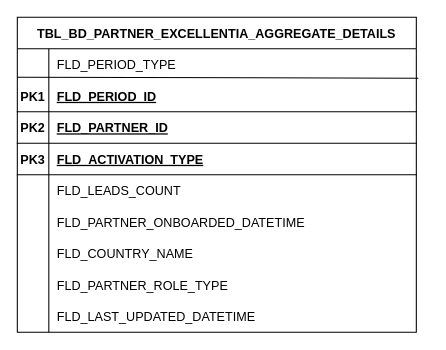
Before: page "LEAD AGGREGATE" (3 of 3) of Untitled Diagram.drawio in shreesh533/Algorithms, a draw.io diagram. Source tidied: cells renumbered, new cells numbered last; positions are measured from the earlier drawing's top-left corner, leaving out a move shared by most shapes. Both pictures are drawn from the tidied source at 105%, with x=0, y=0 at pixel (17, 17).
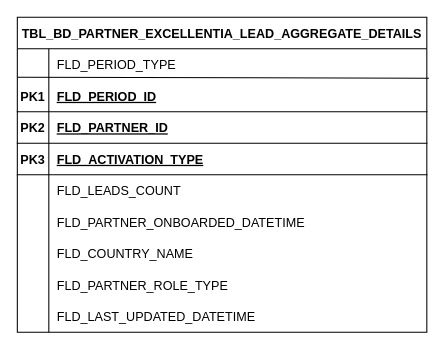
After the change.

Commit message (it also covers changes not shown here):
Leads Aggregate Table

What changed in the source:
```diff
@@
-    <mxCell id="2" value="TBL_BD_PARTNER_EXCELLENTIA_AGGREGATE_DETAILS" style="shape=table;startSize=30;childLayout=tableLayout;rowLines=0;fontStyle=1;align=center;overflow=hidden;" parent="1" vertex="1">
-      <mxGeometry width="380" height="300" as="geometry" />
+    <mxCell id="2" value="TBL_BD_PARTNER_EXCELLENTIA_LEAD_AGGREGATE_DETAILS" style="shape=table;startSize=30;childLayout=tableLayout;rowLines=0;fontStyle=1;align=center;overflow=hidden;" parent="1" vertex="1">
+      <mxGeometry width="390" height="300" as="geometry" />
     </mxCell>
     <mxCell id="3" style="shape=partialRectangle;fillColor=none;top=0;left=0;bottom=0;right=0;points=[[0,0.5],[1,0.5]];portConstraint=eastwest;" parent="2" vertex="1">
-      <mxGeometry y="30" width="380" height="30" as="geometry" />
+      <mxGeometry y="30" width="390" height="30" as="geometry" />
     </mxCell>
@@
     <mxCell id="5" value="FLD_PERIOD_TYPE" style="shape=partialRectangle;fillColor=none;top=0;left=0;bottom=0;right=0;align=left;spacingLeft=6;overflow=hidden;" parent="3" vertex="1">
-      <mxGeometry x="30" width="350" height="30" as="geometry" />
+      <mxGeometry x="30" width="360" height="30" as="geometry" />
     </mxCell>
     <mxCell id="6" style="shape=partialRectangle;fillColor=none;top=0;left=0;bottom=1;right=0;points=[[0,0.5],[1,0.5]];portConstraint=eastwest;" parent="2" vertex="1">
-      <mxGeometry y="60" width="380" height="30" as="geometry" />
+      <mxGeometry y="60" width="390" height="30" as="geometry" />
     </mxCell>
@@
     <mxCell id="8" value="FLD_PERIOD_ID" style="shape=partialRectangle;fillColor=none;top=0;left=0;bottom=0;right=0;align=left;spacingLeft=6;fontStyle=5;overflow=hidden;" parent="6" vertex="1">
-      <mxGeometry x="30" width="350" height="30" as="geometry" />
+      <mxGeometry x="30" width="360" height="30" as="geometry" />
     </mxCell>
     <mxCell id="9" style="shape=partialRectangle;fillColor=none;top=0;left=0;bottom=1;right=0;" parent="2" vertex="1">
-      <mxGeometry y="90" width="380" height="30" as="geometry" />
+      <mxGeometry y="90" width="390" height="30" as="geometry" />
     </mxCell>
@@
     <mxCell id="11" value="FLD_PARTNER_ID" style="shape=partialRectangle;fillColor=none;top=0;left=0;bottom=0;right=0;align=left;spacingLeft=6;fontStyle=5;overflow=hidden;" parent="9" vertex="1">
-      <mxGeometry x="30" width="350" height="30" as="geometry" />
+      <mxGeometry x="30" width="360" height="30" as="geometry" />
     </mxCell>
     <mxCell id="12" style="shape=partialRectangle;fillColor=none;top=0;left=0;bottom=1;right=0;" parent="2" vertex="1">
-      <mxGeometry y="120" width="380" height="30" as="geometry" />
+      <mxGeometry y="120" width="390" height="30" as="geometry" />
     </mxCell>
@@
     <mxCell id="14" value="FLD_ACTIVATION_TYPE" style="shape=partialRectangle;fillColor=none;top=0;left=0;bottom=0;right=0;align=left;spacingLeft=6;fontStyle=5;overflow=hidden;" parent="12" vertex="1">
-      <mxGeometry x="30" width="350" height="30" as="geometry" />
+      <mxGeometry x="30" width="360" height="30" as="geometry" />
     </mxCell>
     <mxCell id="15" style="shape=partialRectangle;fillColor=none;top=0;left=0;bottom=0;right=0;" parent="2" vertex="1">
-      <mxGeometry y="150" width="380" height="30" as="geometry" />
+      <mxGeometry y="150" width="390" height="30" as="geometry" />
     </mxCell>
@@
     <mxCell id="17" value="FLD_LEADS_COUNT" style="shape=partialRectangle;fillColor=none;top=0;left=0;bottom=0;right=0;align=left;spacingLeft=6;overflow=hidden;" parent="15" vertex="1">
-      <mxGeometry x="30" width="350" height="30" as="geometry" />
+      <mxGeometry x="30" width="360" height="30" as="geometry" />
     </mxCell>
     <mxCell id="18" style="shape=partialRectangle;fillColor=none;top=0;left=0;bottom=0;right=0;" parent="2" vertex="1">
-      <mxGeometry y="180" width="380" height="30" as="geometry" />
+      <mxGeometry y="180" width="390" height="30" as="geometry" />
     </mxCell>
@@
     <mxCell id="20" value="FLD_PARTNER_ONBOARDED_DATETIME" style="shape=partialRectangle;fillColor=none;top=0;left=0;bottom=0;right=0;align=left;spacingLeft=6;overflow=hidden;" parent="18" vertex="1">
-      <mxGeometry x="30" width="350" height="30" as="geometry" />
+      <mxGeometry x="30" width="360" height="30" as="geometry" />
     </mxCell>
     <mxCell id="21" style="shape=partialRectangle;fillColor=none;top=0;left=0;bottom=0;right=0;" parent="2" vertex="1">
-      <mxGeometry y="210" width="380" height="30" as="geometry" />
+      <mxGeometry y="210" width="390" height="30" as="geometry" />
     </mxCell>
@@
     <mxCell id="23" value="FLD_COUNTRY_NAME" style="shape=partialRectangle;fillColor=none;top=0;left=0;bottom=0;right=0;align=left;spacingLeft=6;overflow=hidden;" parent="21" vertex="1">
-      <mxGeometry x="30" width="350" height="30" as="geometry" />
+      <mxGeometry x="30" width="360" height="30" as="geometry" />
     </mxCell>
     <mxCell id="24" style="shape=partialRectangle;fillColor=none;top=0;left=0;bottom=0;right=0;" parent="2" vertex="1">
-      <mxGeometry y="240" width="380" height="30" as="geometry" />
+      <mxGeometry y="240" width="390" height="30" as="geometry" />
     </mxCell>
@@
     <mxCell id="26" value="FLD_PARTNER_ROLE_TYPE" style="shape=partialRectangle;fillColor=none;top=0;left=0;bottom=0;right=0;align=left;spacingLeft=6;overflow=hidden;" parent="24" vertex="1">
-      <mxGeometry x="30" width="350" height="30" as="geometry" />
+      <mxGeometry x="30" width="360" height="30" as="geometry" />
     </mxCell>
     <mxCell id="27" style="shape=partialRectangle;fillColor=none;top=0;left=0;bottom=0;right=0;" parent="2" vertex="1">
-      <mxGeometry y="270" width="380" height="30" as="geometry" />
+      <mxGeometry y="270" width="390" height="30" as="geometry" />
     </mxCell>
@@
     <mxCell id="29" value="FLD_LAST_UPDATED_DATETIME" style="shape=partialRectangle;fillColor=none;top=0;left=0;bottom=0;right=0;align=left;spacingLeft=6;overflow=hidden;" parent="27" vertex="1">
-      <mxGeometry x="30" width="350" height="30" as="geometry" />
+      <mxGeometry x="30" width="360" height="30" as="geometry" />
     </mxCell>
```
